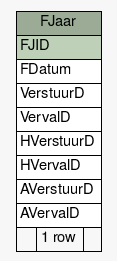
Before: db-schema-docs/diagrams/summary/FJaar.1degree.png, a diagram exported from Graphviz (slspeek/ona-volkstuin). Its source is kept beside it as db-schema-docs/diagrams/summary/FJaar.1degree.dot.
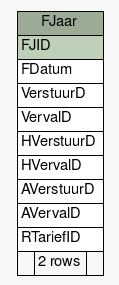
Later version of the same file.

What changed in the source:
```diff
@@ -27,7 +27,8 @@
       <TR><TD PORT="HVervalD" COLSPAN="3" ALIGN="LEFT">HVervalD</TD></TR>
       <TR><TD PORT="AVerstuurD" COLSPAN="3" ALIGN="LEFT">AVerstuurD</TD></TR>
       <TR><TD PORT="AVervalD" COLSPAN="3" ALIGN="LEFT">AVervalD</TD></TR>
-      <TR><TD ALIGN="LEFT" BGCOLOR="#f7f7f7">  </TD><TD ALIGN="RIGHT" BGCOLOR="#f7f7f7">1 row</TD><TD ALIGN="RIGHT" BGCOLOR="#f7f7f7">  </TD></TR>
+      <TR><TD PORT="RTariefID" COLSPAN="3" ALIGN="LEFT">RTariefID</TD></TR>
+      <TR><TD ALIGN="LEFT" BGCOLOR="#f7f7f7">  </TD><TD ALIGN="RIGHT" BGCOLOR="#f7f7f7">2 rows</TD><TD ALIGN="RIGHT" BGCOLOR="#f7f7f7">  </TD></TR>
     </TABLE>>
     URL="tables/FJaar.html"
     tooltip="FJaar"
```
